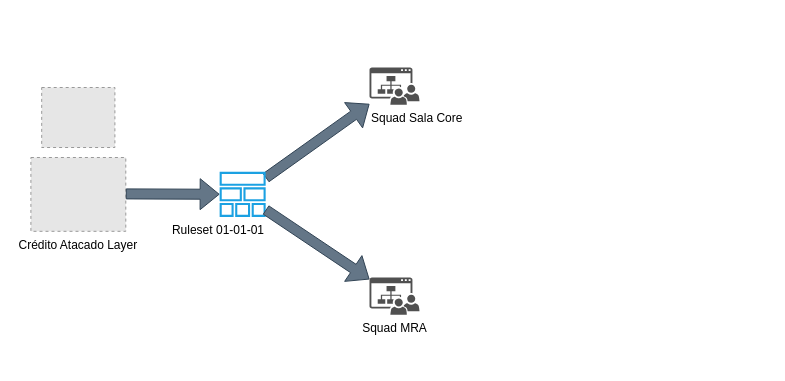
mbarucci/BotQNA keeps this draw.io diagram as MRA.drawio. Above is the earlier version. Source tidied: cells renumbered, new cells numbered last; positions are measured from the earlier drawing's top-left corner, leaving out a move shared by most shapes. Both pictures are drawn from the tidied source at 100%, with x=0, y=0 at pixel (30, 67). Pictures stored in the file or linked from it are replaced by grey dashed boxes.
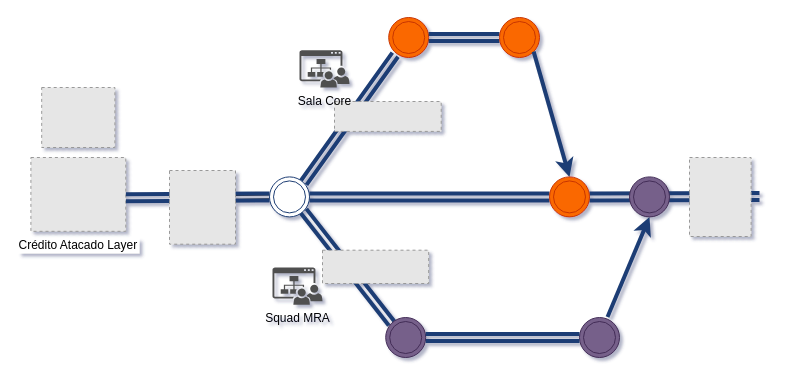
Above is the later version.

The change refers to these unchanged cells:
```xml
<mxCell id="4" value="Crédito Atacado Layer" style="fillColor=#E6E6E6;strokeColor=#999999;dashed=1;verticalLabelPosition=bottom;labelBackgroundColor=default;verticalAlign=top;" parent="1" vertex="1">
  <mxGeometry x="0.4" y="90" width="94.9" height="73.8" as="geometry" />
</mxCell>
```

Change to the diagram source:
```diff
@@
-<mxGraphModel>
+<mxGraphModel background="#ffffff" shadow="1">
@@
-    <mxCell id="2" value="Squad MRA" style="sketch=0;shadow=0;dashed=0;html=1;strokeColor=none;fillColor=#505050;labelPosition=center;verticalLabelPosition=bottom;verticalAlign=top;outlineConnect=0;align=center;shape=mxgraph.office.sites.site_team;" parent="1" vertex="1">
-      <mxGeometry x="339" y="210" width="50" height="37.2" as="geometry" />
-    </mxCell>
+    <mxCell id="10" style="shape=link;html=1;rounded=0;exitX=1;exitY=0;exitDx=0;exitDy=0;strokeWidth=4;strokeColor=#1e3e74;" parent="1" edge="1" source="13">
+      <mxGeometry relative="1" as="geometry">
+        <mxPoint x="364.7" y="-12.8" as="targetPoint" />
+      </mxGeometry>
+    </mxCell>
@@
-    <mxCell id="5" style="shape=flexArrow;endArrow=classic;html=1;rounded=0;strokeColor=#314354;fillColor=#647687;" parent="1" edge="1" source="6" target="8">
-      <mxGeometry relative="1" as="geometry" />
-    </mxCell>
-    <mxCell id="6" value="&lt;font color=&quot;#000000&quot;&gt;Ruleset 01-01-01&lt;/font&gt;" style="sketch=0;outlineConnect=0;fillColor=#1ba1e2;strokeColor=#006EAF;dashed=0;verticalLabelPosition=bottom;verticalAlign=top;align=right;html=1;fontSize=12;fontStyle=0;shape=mxgraph.aws4.stack;fontColor=#ffffff;" parent="1" vertex="1">
-      <mxGeometry x="189" y="104.3" width="46.3" height="45.1" as="geometry" />
-    </mxCell>
-    <mxCell id="7" style="shape=flexArrow;endArrow=classic;html=1;rounded=0;strokeColor=#314354;fillColor=#647687;" parent="1" edge="1" target="6">
-      <mxGeometry relative="1" as="geometry">
-        <mxPoint x="95.3" y="126.4" as="sourcePoint" />
-      </mxGeometry>
-    </mxCell>
-    <mxCell id="8" value="Squad Sala Core" style="sketch=0;shadow=0;dashed=0;html=1;strokeColor=none;fillColor=#505050;labelPosition=center;verticalLabelPosition=bottom;verticalAlign=top;outlineConnect=0;align=left;shape=mxgraph.office.sites.site_team;" parent="1" vertex="1">
-      <mxGeometry x="339" width="50" height="37.2" as="geometry" />
-    </mxCell>
-    <mxCell id="9" style="shape=flexArrow;endArrow=classic;html=1;rounded=0;strokeColor=#314354;fillColor=#647687;" parent="1" edge="1" source="6" target="2">
-      <mxGeometry relative="1" as="geometry" />
-    </mxCell>
+    <mxCell id="11" style="shape=link;html=1;rounded=0;" parent="1" edge="1" source="13">
+      <mxGeometry relative="1" as="geometry">
+        <mxPoint x="189" y="130" as="targetPoint" />
+      </mxGeometry>
+    </mxCell>
+    <mxCell id="12" style="shape=link;html=1;rounded=0;exitX=1.001;exitY=0.547;exitDx=0;exitDy=0;exitPerimeter=0;strokeWidth=4;strokeColor=#1e3e74;" parent="1" edge="1" source="4" target="13">
+      <mxGeometry relative="1" as="geometry" />
+    </mxCell>
+    <mxCell id="13" style="ellipse;shape=doubleEllipse;whiteSpace=wrap;html=1;fillColor=#FFFFFF;strokeColor=#1e3e74;" parent="1" vertex="1">
+      <mxGeometry x="239" y="109.4" width="40" height="40" as="geometry" />
+    </mxCell>
+    <mxCell id="14" style="fillColor=#E6E6E6;strokeColor=#999999;dashed=1;verticalLabelPosition=bottom;labelBackgroundColor=default;verticalAlign=top;" parent="1" vertex="1">
+      <mxGeometry x="139" y="103" width="66" height="73.7" as="geometry" />
+    </mxCell>
+    <mxCell id="15" style="shape=link;html=1;rounded=0;exitX=1;exitY=1;exitDx=0;exitDy=0;strokeWidth=4;strokeColor=#1e3e74;entryX=0;entryY=0;entryDx=0;entryDy=0;" parent="1" edge="1" source="13" target="20">
+      <mxGeometry relative="1" as="geometry" />
+    </mxCell>
+    <mxCell id="16" style="fillColor=#E6E6E6;strokeColor=#999999;dashed=1;verticalLabelPosition=bottom;labelBackgroundColor=default;verticalAlign=top;" parent="1" vertex="1">
+      <mxGeometry x="304" y="34" width="106.7" height="29.9" as="geometry" />
+    </mxCell>
+    <mxCell id="17" style="fillColor=#E6E6E6;strokeColor=#999999;dashed=1;verticalLabelPosition=bottom;labelBackgroundColor=default;verticalAlign=top;" parent="1" vertex="1">
+      <mxGeometry x="292" y="182.7" width="106.2" height="33.3" as="geometry" />
+    </mxCell>
+    <mxCell id="18" value="Sala Core" style="sketch=0;shadow=0;dashed=0;html=1;strokeColor=none;fillColor=#505050;labelPosition=center;verticalLabelPosition=bottom;verticalAlign=top;align=center;shape=mxgraph.office.sites.site_team;" parent="1" vertex="1">
+      <mxGeometry x="269" y="-17.2" width="50" height="37.2" as="geometry" />
+    </mxCell>
+    <mxCell id="2" value="Squad MRA" style="sketch=0;shadow=0;dashed=0;html=1;strokeColor=none;fillColor=#505050;labelPosition=center;verticalLabelPosition=bottom;verticalAlign=top;outlineConnect=0;align=center;shape=mxgraph.office.sites.site_team;" parent="1" vertex="1">
+      <mxGeometry x="242" y="200" width="50" height="37.2" as="geometry" />
+    </mxCell>
+    <mxCell id="19" style="ellipse;shape=doubleEllipse;whiteSpace=wrap;html=1;fillColor=#fa6800;strokeColor=#C73500;fontColor=#000000;" parent="1" vertex="1">
+      <mxGeometry x="358.2" y="-50" width="40" height="40" as="geometry" />
+    </mxCell>
+    <mxCell id="20" style="ellipse;shape=doubleEllipse;whiteSpace=wrap;html=1;fillColor=#76608a;strokeColor=#432D57;fontColor=#ffffff;" parent="1" vertex="1">
+      <mxGeometry x="355.2" y="250" width="40" height="40" as="geometry" />
+    </mxCell>
+    <mxCell id="21" style="shape=link;html=1;rounded=0;exitX=1;exitY=0.5;exitDx=0;exitDy=0;strokeWidth=4;strokeColor=#1e3e74;" parent="1" edge="1" source="19" target="22">
+      <mxGeometry relative="1" as="geometry" />
+    </mxCell>
+    <mxCell id="22" style="ellipse;shape=doubleEllipse;whiteSpace=wrap;html=1;fillColor=#fa6800;strokeColor=#C73500;fontColor=#000000;" parent="1" vertex="1">
+      <mxGeometry x="469" y="-50" width="40" height="40" as="geometry" />
+    </mxCell>
+    <mxCell id="23" style="html=1;rounded=0;strokeWidth=4;strokeColor=#1e3e74;exitX=1;exitY=1;exitDx=0;exitDy=0;entryX=0.5;entryY=0;entryDx=0;entryDy=0;" parent="1" edge="1" source="22" target="28">
+      <mxGeometry relative="1" as="geometry" />
+    </mxCell>
+    <mxCell id="24" style="shape=link;html=1;rounded=0;exitX=1;exitY=0.5;exitDx=0;exitDy=0;strokeWidth=4;strokeColor=#1e3e74;" parent="1" edge="1" source="28">
+      <mxGeometry relative="1" as="geometry">
+        <mxPoint x="729" y="129" as="targetPoint" />
+      </mxGeometry>
+    </mxCell>
+    <mxCell id="25" style="ellipse;shape=doubleEllipse;whiteSpace=wrap;html=1;fillColor=#76608a;strokeColor=#432D57;fontColor=#ffffff;" parent="1" vertex="1">
+      <mxGeometry x="549" y="250" width="40" height="40" as="geometry" />
+    </mxCell>
+    <mxCell id="26" style="shape=link;html=1;rounded=0;exitX=1;exitY=0.5;exitDx=0;exitDy=0;strokeWidth=4;strokeColor=#1e3e74;entryX=0;entryY=0.5;entryDx=0;entryDy=0;" parent="1" edge="1" source="20" target="25">
+      <mxGeometry relative="1" as="geometry" />
+    </mxCell>
+    <mxCell id="27" style="shape=link;html=1;rounded=0;exitX=1;exitY=0.5;exitDx=0;exitDy=0;strokeWidth=4;strokeColor=#1e3e74;" parent="1" edge="1" source="13" target="28">
+      <mxGeometry relative="1" as="geometry" />
+    </mxCell>
+    <mxCell id="28" style="ellipse;shape=doubleEllipse;whiteSpace=wrap;html=1;fillColor=#fa6800;strokeColor=#C73500;fontColor=#000000;" parent="1" vertex="1">
+      <mxGeometry x="519" y="109.4" width="40" height="40" as="geometry" />
+    </mxCell>
+    <mxCell id="29" style="html=1;rounded=0;strokeWidth=4;strokeColor=#1e3e74;exitX=0.7;exitY=-0.012;exitDx=0;exitDy=0;exitPerimeter=0;entryX=0.5;entryY=1;entryDx=0;entryDy=0;" parent="1" edge="1" source="25" target="30">
+      <mxGeometry relative="1" as="geometry" />
+    </mxCell>
+    <mxCell id="30" style="ellipse;shape=doubleEllipse;whiteSpace=wrap;html=1;fillColor=#76608a;strokeColor=#432D57;fontColor=#ffffff;" parent="1" vertex="1">
+      <mxGeometry x="599" y="109.4" width="40" height="40" as="geometry" />
+    </mxCell>
+    <mxCell id="31" style="fillColor=#E6E6E6;strokeColor=#999999;dashed=1;verticalLabelPosition=bottom;labelBackgroundColor=default;verticalAlign=top;" parent="1" vertex="1">
+      <mxGeometry x="659" y="90" width="61.6" height="79" as="geometry" />
+    </mxCell>
```
